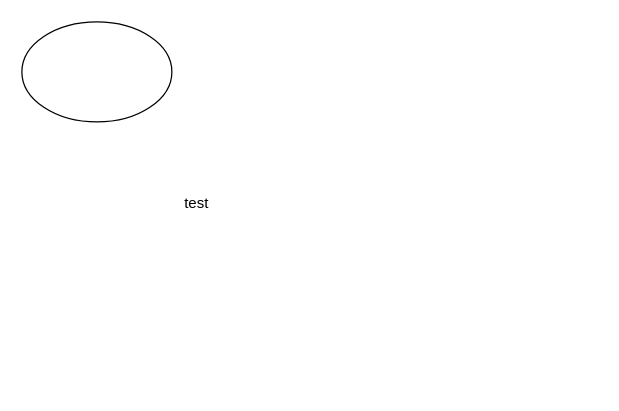
xiuling216/drawing keeps this draw.io diagram as Untitled Diagram.drawio. Above is the earlier version. Source tidied: cells renumbered, new cells numbered last; positions are measured from the earlier drawing's top-left corner, leaving out a move shared by most shapes. Both pictures are drawn from the tidied source at 125%, with x=0, y=0 at pixel (21, 21).
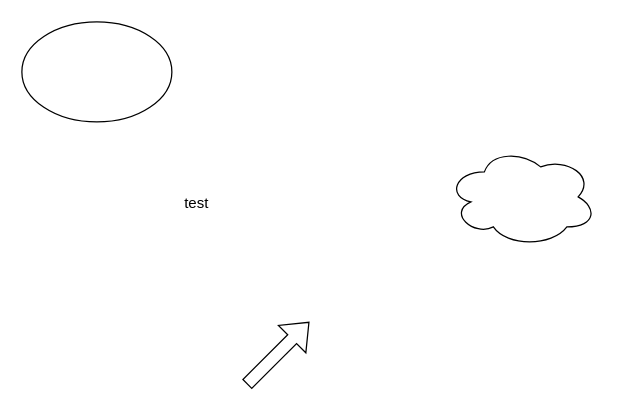
The same diagram, later.

Change to the diagram source:
```diff
@@
 <mxGraphModel>
   <root>
     <mxCell id="0" />
     <mxCell id="1" parent="0" />
     <mxCell id="2" style="ellipse;whiteSpace=wrap;html=1;" parent="1" vertex="1">
       <mxGeometry width="120" height="80" as="geometry" />
     </mxCell>
     <mxCell id="3" value="test" style="text;html=1;strokeColor=none;fillColor=none;align=center;verticalAlign=middle;whiteSpace=wrap;rounded=0;" parent="1" vertex="1">
       <mxGeometry x="110" y="130" width="60" height="30" as="geometry" />
     </mxCell>
+    <mxCell id="4" style="shape=flexArrow;endArrow=classic;html=1;rounded=0;" parent="1" edge="1">
+      <mxGeometry relative="1" as="geometry">
+        <mxPoint x="180" y="290" as="sourcePoint" />
+        <mxPoint x="230" y="240" as="targetPoint" />
+      </mxGeometry>
+    </mxCell>
+    <mxCell id="5" style="ellipse;shape=cloud;whiteSpace=wrap;html=1;" parent="1" vertex="1">
+      <mxGeometry x="340" y="100" width="120" height="80" as="geometry" />
+    </mxCell>
   </root>
 </mxGraphModel>
```
